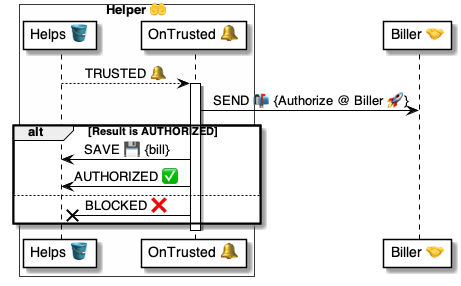
Above: 4 ⚙️ Solution/45 🤲 Helper domains/$ Helpers 🤲/🤲🪣 Helper tables/Helps 🤲 table/🪣🔔 2 Trusted/🤲 Help.OnTrusted ⚙️ uml.png in pollyweb-org/pollyweb-docs (PlantUML), before the change. Its source is kept beside it as 4 ⚙️ Solution/45 🤲 Helper domains/$ Helpers 🤲/🤲🪣 Helper tables/Helps 🤲 table/🪣🔔 2 Trusted/🤲 Help.OnTrusted ⚙️ uml.puml. The source it was exported from:
```plantuml
@startuml 🤲 OnHelperTrusted

box "Helper 🤲" #FFFFFA
    participant "Helps 🪣" as table
    participant "OnTrusted 🔔" as event
end box
participant "Biller 🤝" as biller


table --> event: TRUSTED 🔔
activate event
    event -> biller: SEND 📬 {Authorize @ Biller 🚀}
    alt Result is AUTHORIZED
        event -> table: SAVE 💾 {bill}
        event -> table: AUTHORIZED ✅
    else
        event -x table: BLOCKED ❌
    end alt
deactivate event

@enduml
```
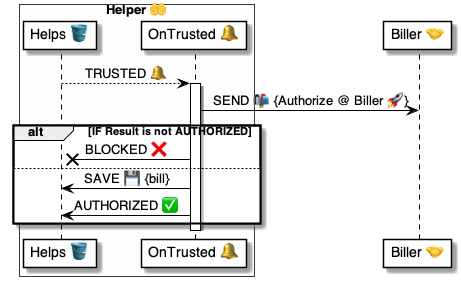
Later version of the same file.

Change to the diagram source:
```diff
@@ -10,12 +10,14 @@
 table --> event: TRUSTED 🔔
 activate event
     event -> biller: SEND 📬 {Authorize @ Biller 🚀}
-    alt Result is AUTHORIZED
+
+    alt IF Result is not AUTHORIZED
+        event -x table: BLOCKED ❌
+    else
         event -> table: SAVE 💾 {bill}
         event -> table: AUTHORIZED ✅
-    else
-        event -x table: BLOCKED ❌
     end alt
+
 deactivate event
 
 @enduml
```
